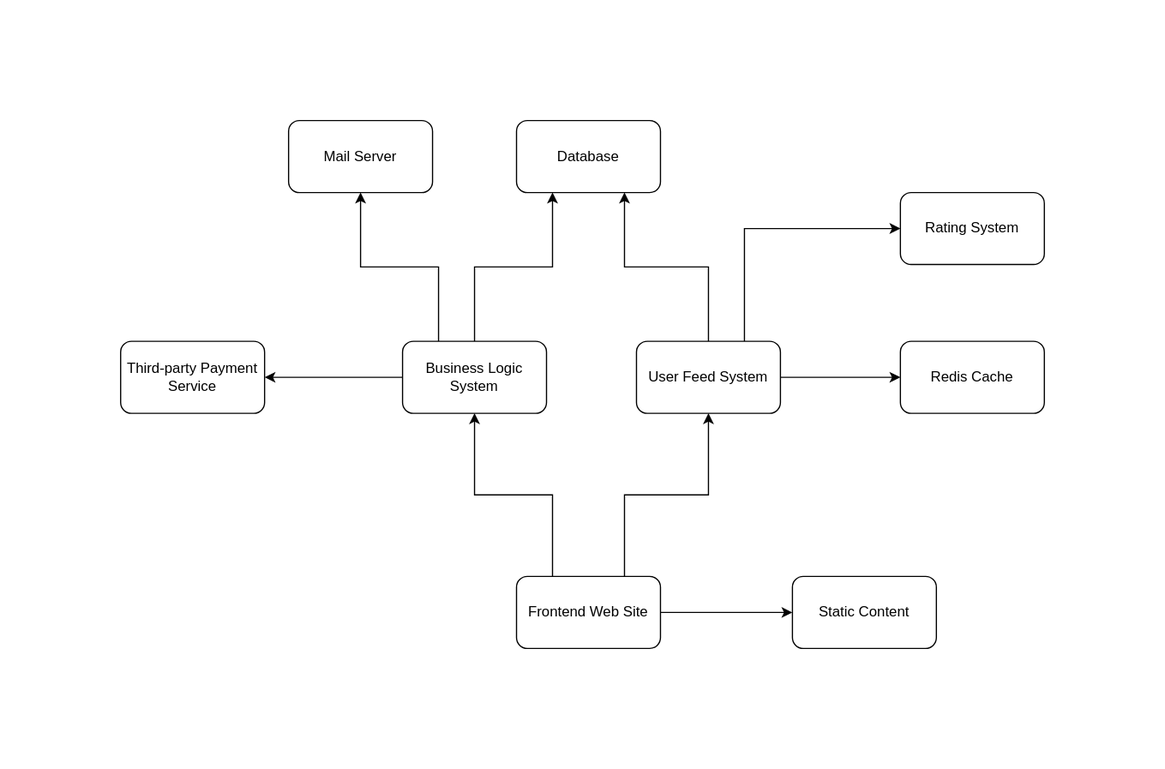
The draw.io diagram img/component-diagram.svg in cloudbruh/startfun, before a commit. Source tidied: cells renumbered, new cells last; positions are measured from the earlier drawing's top-left corner, leaving out a move shared by most shapes.
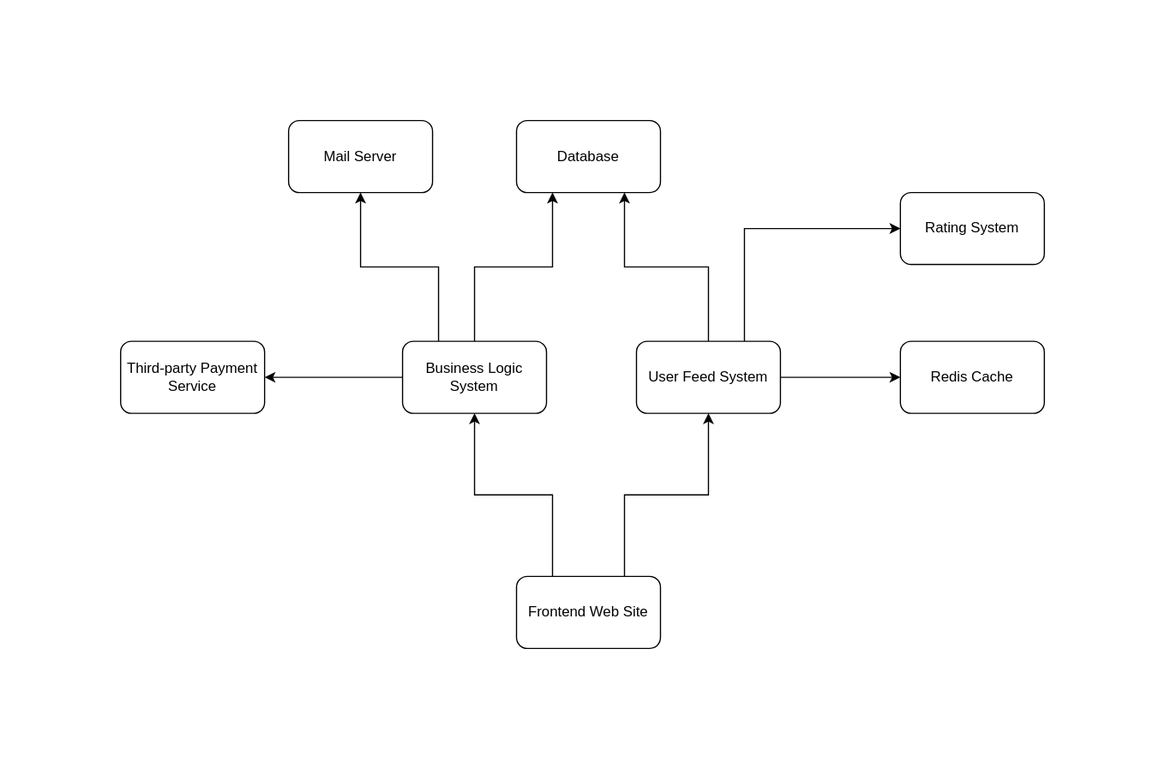
After the change.

Commit message:
Fixed component diagram

The edit, as a diff of the source:
```diff
@@ -38,9 +38,6 @@
     <mxCell id="13" style="edgeStyle=orthogonalEdgeStyle;rounded=0;jettySize=auto;html=1;exitX=0.75;exitY=0;exitDx=0;exitDy=0;" parent="1" edge="1" source="15" target="9">
       <mxGeometry relative="1" as="geometry" />
     </mxCell>
-    <mxCell id="14" style="edgeStyle=orthogonalEdgeStyle;rounded=0;jettySize=auto;html=1;" parent="1" edge="1" source="15" target="19">
-      <mxGeometry relative="1" as="geometry" />
-    </mxCell>
     <mxCell id="15" value="Frontend Web Site" style="rounded=1;whiteSpace=wrap;html=1;" parent="1" vertex="1">
       <mxGeometry x="330" y="380" width="120" height="60" as="geometry" />
     </mxCell>
@@ -53,8 +50,5 @@
     <mxCell id="18" value="Rating System" style="rounded=1;whiteSpace=wrap;html=1;" parent="1" vertex="1">
       <mxGeometry x="650" y="60" width="120" height="60" as="geometry" />
     </mxCell>
-    <mxCell id="19" value="Static Content" style="rounded=1;whiteSpace=wrap;html=1;" parent="1" vertex="1">
-      <mxGeometry x="560" y="380" width="120" height="60" as="geometry" />
-    </mxCell>
   </root>
 </mxGraphModel>
```
